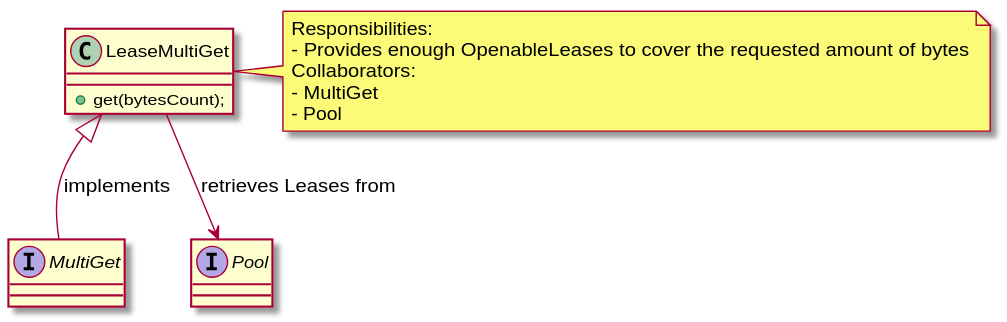
This is docs/main/doxygen/inline_umlgraph_9.svg from teragrep/buf_01, a PlantUML export, as it was before one commit. The source it was exported from:
```plantuml
@startuml inline_umlgraph_9.svg
interface MultiGet
interface Pool
class LeaseMultiGet {
+ get(bytesCount);
}
LeaseMultiGet <|-- MultiGet : implements
LeaseMultiGet --> Pool : retrieves Leases from
note right of LeaseMultiGet
Responsibilities:
- Provides enough OpenableLeases to cover the requested amount of bytes
Collaborators:
- MultiGet
- Pool
end note
@enduml
```
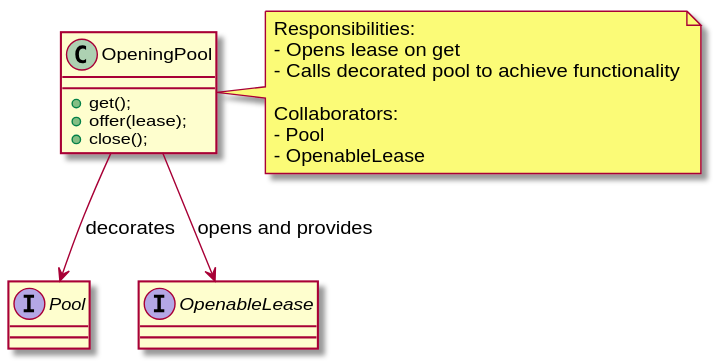
The same diagram one commit later.

Change to the diagram source:
```diff
@@ -1,16 +1,22 @@
 @startuml inline_umlgraph_9.svg
-interface MultiGet
 interface Pool
-class LeaseMultiGet {
-+ get(bytesCount);
+interface OpenableLease
+class OpeningPool {
++ get();
++ offer(lease);
++ close();
 }
-LeaseMultiGet <|-- MultiGet : implements
-LeaseMultiGet --> Pool : retrieves Leases from
-note right of LeaseMultiGet
+
+OpeningPool --> OpenableLease : opens and provides
+OpeningPool --> Pool : decorates
+
+note right of OpeningPool
 Responsibilities:
-- Provides enough OpenableLeases to cover the requested amount of bytes
+- Opens lease on get
+- Calls decorated pool to achieve functionality
+
 Collaborators:
-- MultiGet
 - Pool
+- OpenableLease
 end note
 @enduml
```
